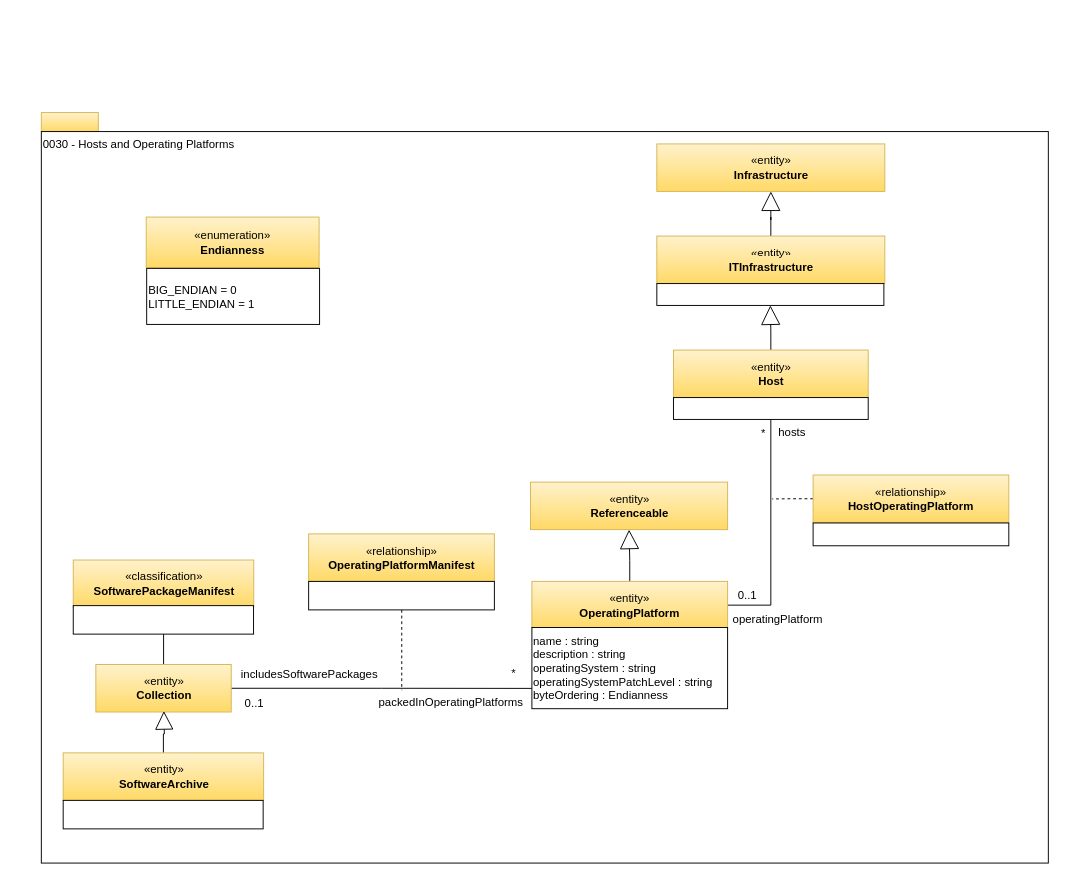
odpi/egeria keeps this draw.io diagram as page "0030-Hosts-and-Platforms" (13 of 25) of open-metadata-publication/website/open-metadata-types/area-0-basic-types-and-infrastructure.drawio. Above is the earlier version. Source tidied: cells renumbered, new cells numbered last; positions are measured from the earlier drawing's top-left corner, leaving out a move shared by most shapes. Both pictures are drawn from the tidied source at 95%, with x=0, y=0 at pixel (41, 112).
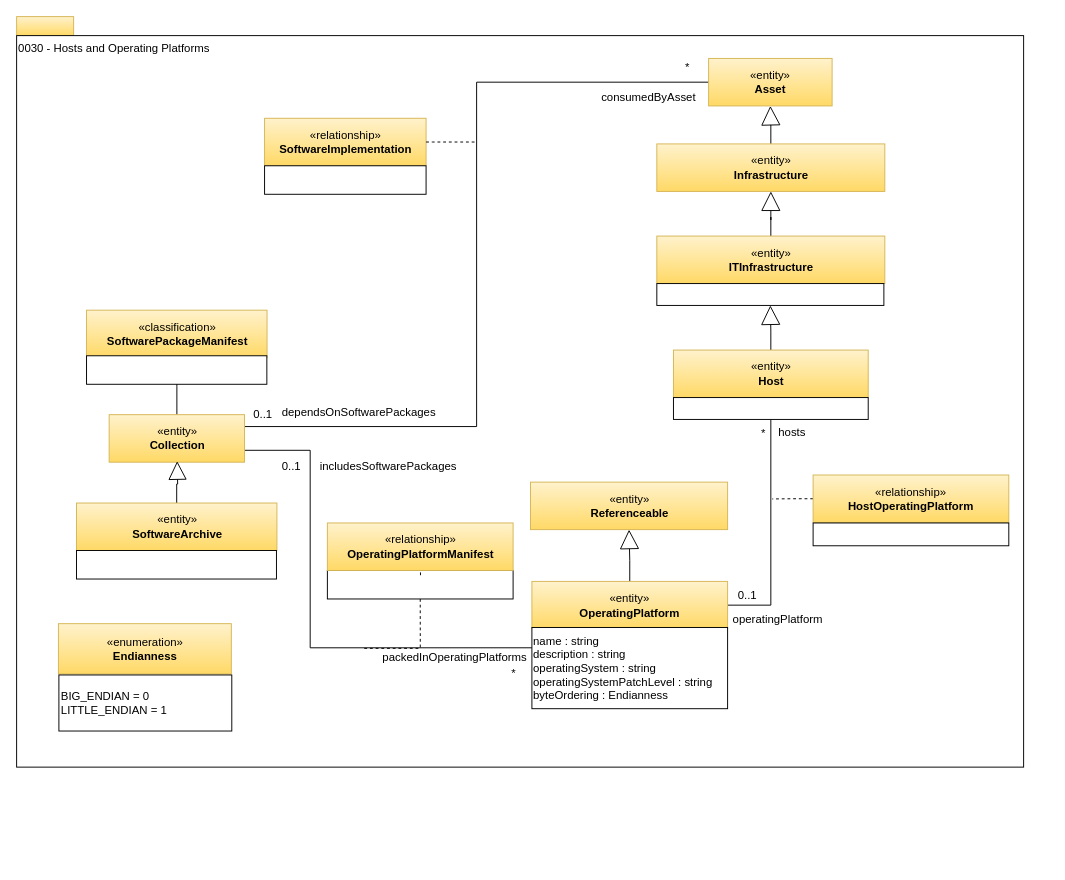
After the change.

The change refers to these unchanged cells:
```xml
<mxCell id="19" value="name : string&lt;br&gt;description : string&lt;br&gt;operatingSystem : string&lt;br&gt;operatingSystemPatchLevel : string&lt;br&gt;byteOrdering : Endianness" style="rounded=0;whiteSpace=wrap;html=1;strokeColor=#000000;gradientColor=#ffffff;align=left;" parent="1" vertex="1">
  <mxGeometry x="516.4" y="542" width="206" height="85.5" as="geometry" />
</mxCell>
<mxCell id="20" value="«entity»&lt;br&gt;&lt;b&gt;Infrastructure&lt;/b&gt;" style="html=1;strokeColor=#d6b656;align=center;fillColor=#fff2cc;gradientColor=#ffd966;" parent="1" vertex="1">
  <mxGeometry x="647.9" y="33" width="240" height="50" as="geometry" />
</mxCell>
```

The edit, as a diff of the source:
```diff
@@
     <mxCell id="2" style="rounded=0;whiteSpace=wrap;html=1;align=left;fillColor=#fff2cc;strokeColor=#d6b656;gradientColor=#ffd966;" parent="1" vertex="1">
-      <mxGeometry width="60" height="20" as="geometry" />
+      <mxGeometry x="-26" y="-101" width="60" height="20" as="geometry" />
     </mxCell>
     <mxCell id="3" value="0030 - Hosts and Operating Platforms" style="rounded=0;whiteSpace=wrap;html=1;align=left;verticalAlign=top;" parent="1" vertex="1">
-      <mxGeometry y="20" width="1060" height="770" as="geometry" />
+      <mxGeometry x="-26" y="-81" width="1060" height="770" as="geometry" />
     </mxCell>
@@
+    <mxCell id="40" style="edgeStyle=orthogonalEdgeStyle;rounded=0;jettySize=auto;html=1;exitX=0;exitY=0.5;exitDx=0;exitDy=0;entryX=1;entryY=0.25;entryDx=0;entryDy=0;endArrow=none;endFill=0;endSize=18;strokeWidth=1;" parent="1" edge="1" source="45" target="34">
+      <mxGeometry relative="1" as="geometry" />
+    </mxCell>
@@
+    <mxCell id="41" style="edgeStyle=orthogonalEdgeStyle;rounded=0;jettySize=auto;html=1;entryX=0.5;entryY=1;entryDx=0;entryDy=0;endArrow=block;endFill=0;endSize=18;strokeWidth=1;" parent="1" edge="1" source="20" target="45">
+      <mxGeometry relative="1" as="geometry" />
+    </mxCell>
@@
     <mxCell id="23" value="«enumeration»&lt;br&gt;&lt;b&gt;Endianness&lt;/b&gt;" style="html=1;strokeColor=#d6b656;align=center;fillColor=#fff2cc;gradientColor=#ffd966;" parent="1" vertex="1">
-      <mxGeometry x="110.4" y="110" width="182" height="53" as="geometry" />
+      <mxGeometry x="18" y="538" width="182" height="53" as="geometry" />
     </mxCell>
     <mxCell id="24" value="BIG_ENDIAN = 0&lt;br&gt;LITTLE_ENDIAN = 1&lt;br&gt;" style="rounded=0;whiteSpace=wrap;html=1;strokeColor=#000000;gradientColor=#ffffff;align=left;" parent="1" vertex="1">
-      <mxGeometry x="110.9" y="164" width="182" height="59" as="geometry" />
+      <mxGeometry x="18.5" y="592" width="182" height="59" as="geometry" />
     </mxCell>
-    <mxCell id="25" style="edgeStyle=orthogonalEdgeStyle;rounded=0;jettySize=auto;html=1;entryX=0;entryY=0.75;entryDx=0;entryDy=0;endArrow=none;endFill=0;endSize=18;" parent="1" edge="1" source="34" target="19">
-      <mxGeometry relative="1" as="geometry" />
+    <mxCell id="25" style="edgeStyle=orthogonalEdgeStyle;rounded=0;jettySize=auto;html=1;entryX=0;entryY=0.25;entryDx=0;entryDy=0;endArrow=none;endFill=0;endSize=18;exitX=1;exitY=0.75;exitDx=0;exitDy=0;" parent="1" edge="1" source="34" target="19">
+      <mxGeometry relative="1" as="geometry">
+        <Array as="points">
+          <mxPoint x="283" y="356" />
+          <mxPoint x="283" y="563" />
+        </Array>
+      </mxGeometry>
     </mxCell>
-    <mxCell id="26" value="«relationship»&lt;br&gt;&lt;b&gt;OperatingPlatformManifest&lt;/b&gt;" style="html=1;strokeColor=#d6b656;align=center;fillColor=#fff2cc;gradientColor=#ffd966;" parent="1" vertex="1">
-      <mxGeometry x="281.4" y="443.5" width="195.5" height="50" as="geometry" />
-    </mxCell>
-    <mxCell id="27" style="edgeStyle=orthogonalEdgeStyle;rounded=0;html=1;exitX=0.5;exitY=1;exitDx=0;exitDy=0;endArrow=none;endFill=0;jettySize=auto;dashed=1;" parent="1" edge="1" source="28">
+    <mxCell id="27" style="edgeStyle=orthogonalEdgeStyle;rounded=0;html=1;endArrow=none;endFill=0;jettySize=auto;dashed=1;startArrow=none;exitX=0.5;exitY=1;exitDx=0;exitDy=0;" parent="1" edge="1" source="28">
       <mxGeometry relative="1" as="geometry">
-        <mxPoint x="379.4" y="608" as="targetPoint" />
+        <mxPoint x="337" y="564" as="targetPoint" />
         <Array as="points">
-          <mxPoint x="379.4" y="608" />
+          <mxPoint x="399" y="564" />
         </Array>
       </mxGeometry>
     </mxCell>
     <mxCell id="28" style="rounded=0;whiteSpace=wrap;html=1;strokeColor=#000000;gradientColor=#ffffff;align=left;" parent="1" vertex="1">
-      <mxGeometry x="281.4" y="493.5" width="195.5" height="30" as="geometry" />
+      <mxGeometry x="301.1" y="482" width="195.5" height="30" as="geometry" />
     </mxCell>
     <mxCell id="29" value="0..1" style="text;html=1;align=center;verticalAlign=middle;" parent="1" vertex="1">
-      <mxGeometry x="209.4" y="613" width="30" height="18" as="geometry" />
+      <mxGeometry x="248" y="363.5" width="30" height="18" as="geometry" />
     </mxCell>
@@
     <mxCell id="31" value="includesSoftwarePackages" style="text;html=1;align=center;verticalAlign=middle;" parent="1" vertex="1">
-      <mxGeometry x="205.4" y="583" width="154" height="18" as="geometry" />
+      <mxGeometry x="288" y="363.5" width="154" height="18" as="geometry" />
     </mxCell>
     <mxCell id="32" value="packedInOperatingPlatforms" style="text;html=1;align=center;verticalAlign=middle;" parent="1" vertex="1">
-      <mxGeometry x="349.9" y="612" width="162" height="18" as="geometry" />
+      <mxGeometry x="354.4" y="565" width="162" height="18" as="geometry" />
     </mxCell>
@@
     <mxCell id="34" value="«entity»&lt;br&gt;&lt;b&gt;Collection&lt;/b&gt;" style="html=1;strokeColor=#d6b656;align=center;fillColor=#fff2cc;gradientColor=#ffd966;" parent="1" vertex="1">
-      <mxGeometry x="57.4" y="581" width="142.5" height="50" as="geometry" />
+      <mxGeometry x="71.4" y="318" width="142.5" height="50" as="geometry" />
     </mxCell>
     <mxCell id="35" value="«classification»&lt;br&gt;&lt;b&gt;SoftwarePackageManifest&lt;/b&gt;" style="html=1;strokeColor=#d6b656;align=center;fillColor=#fff2cc;gradientColor=#ffd966;" parent="1" vertex="1">
-      <mxGeometry x="33.6" y="471" width="190" height="50" as="geometry" />
+      <mxGeometry x="47.6" y="208" width="190" height="50" as="geometry" />
     </mxCell>
     <mxCell id="36" style="rounded=0;whiteSpace=wrap;html=1;strokeColor=#000000;gradientColor=#ffffff;align=left;" parent="1" vertex="1">
-      <mxGeometry x="33.6" y="519" width="189.8" height="30" as="geometry" />
+      <mxGeometry x="47.6" y="256" width="189.8" height="30" as="geometry" />
     </mxCell>
     <mxCell id="37" style="edgeStyle=orthogonalEdgeStyle;rounded=0;jettySize=auto;html=1;endArrow=block;endFill=0;endSize=17;" parent="1" edge="1" source="38">
       <mxGeometry relative="1" as="geometry">
-        <mxPoint x="129" y="630" as="targetPoint" />
+        <mxPoint x="143" y="367" as="targetPoint" />
       </mxGeometry>
     </mxCell>
     <mxCell id="38" value="«entity»&lt;br&gt;&lt;b&gt;SoftwareArchive&lt;/b&gt;" style="html=1;strokeColor=#d6b656;align=center;fillColor=#fff2cc;gradientColor=#ffd966;" parent="1" vertex="1">
-      <mxGeometry x="23" y="674" width="211" height="50" as="geometry" />
+      <mxGeometry x="37" y="411" width="211" height="50" as="geometry" />
     </mxCell>
     <mxCell id="39" style="rounded=0;whiteSpace=wrap;html=1;strokeColor=#000000;gradientColor=#ffffff;align=left;" parent="1" vertex="1">
-      <mxGeometry x="23" y="724" width="210.5" height="30" as="geometry" />
+      <mxGeometry x="37" y="461" width="210.5" height="30" as="geometry" />
     </mxCell>
+    <mxCell id="26" value="«relationship»&lt;br&gt;&lt;b&gt;OperatingPlatformManifest&lt;/b&gt;" style="html=1;strokeColor=#d6b656;align=center;fillColor=#fff2cc;gradientColor=#ffd966;" parent="1" vertex="1">
+      <mxGeometry x="301.1" y="432" width="195.5" height="50" as="geometry" />
+    </mxCell>
+    <mxCell id="42" style="edgeStyle=orthogonalEdgeStyle;rounded=0;html=1;endArrow=none;endFill=0;jettySize=auto;dashed=1;" parent="1" edge="1" target="26">
+      <mxGeometry relative="1" as="geometry">
+        <mxPoint x="399.1" y="487" as="sourcePoint" />
+        <Array as="points">
+          <mxPoint x="399.1" y="450" />
+          <mxPoint x="334.1" y="450" />
+        </Array>
+      </mxGeometry>
+    </mxCell>
+    <mxCell id="43" value="0..1" style="text;html=1;align=center;verticalAlign=middle;" parent="1" vertex="1">
+      <mxGeometry x="217.5" y="309" width="30" height="18" as="geometry" />
+    </mxCell>
+    <mxCell id="44" value="dependsOnSoftwarePackages" style="text;html=1;align=center;verticalAlign=middle;" parent="1" vertex="1">
+      <mxGeometry x="247.5" y="307" width="172" height="18" as="geometry" />
+    </mxCell>
+    <mxCell id="45" value="«entity»&lt;br&gt;&lt;b&gt;Asset&lt;/b&gt;" style="html=1;strokeColor=#d6b656;align=center;fillColor=#fff2cc;gradientColor=#ffd966;" parent="1" vertex="1">
+      <mxGeometry x="702.4" y="-57" width="130" height="50" as="geometry" />
+    </mxCell>
+    <mxCell id="46" value="«relationship»&lt;br&gt;&lt;b&gt;SoftwareImplementation&lt;/b&gt;" style="html=1;strokeColor=#d6b656;align=center;fillColor=#fff2cc;gradientColor=#ffd966;" parent="1" vertex="1">
+      <mxGeometry x="235" y="6" width="170" height="50" as="geometry" />
+    </mxCell>
+    <mxCell id="47" style="edgeStyle=orthogonalEdgeStyle;rounded=0;html=1;exitX=1;exitY=0.5;exitDx=0;exitDy=0;endArrow=none;endFill=0;jettySize=auto;dashed=1;" parent="1" edge="1" source="46">
+      <mxGeometry relative="1" as="geometry">
+        <mxPoint x="459" y="31" as="targetPoint" />
+        <Array as="points">
+          <mxPoint x="412" y="31" />
+          <mxPoint x="412" y="31" />
+        </Array>
+      </mxGeometry>
+    </mxCell>
+    <mxCell id="48" style="rounded=0;whiteSpace=wrap;html=1;strokeColor=#000000;gradientColor=#ffffff;align=left;" parent="1" vertex="1">
+      <mxGeometry x="235" y="56" width="170" height="30" as="geometry" />
+    </mxCell>
+    <mxCell id="49" value="*" style="text;html=1;align=center;verticalAlign=middle;" parent="1" vertex="1">
+      <mxGeometry x="670" y="-57" width="20" height="20" as="geometry" />
+    </mxCell>
+    <mxCell id="50" value="consumedByAsset" style="text;html=1;align=center;verticalAlign=middle;" parent="1" vertex="1">
+      <mxGeometry x="584" y="-25" width="109" height="18" as="geometry" />
+    </mxCell>
```
